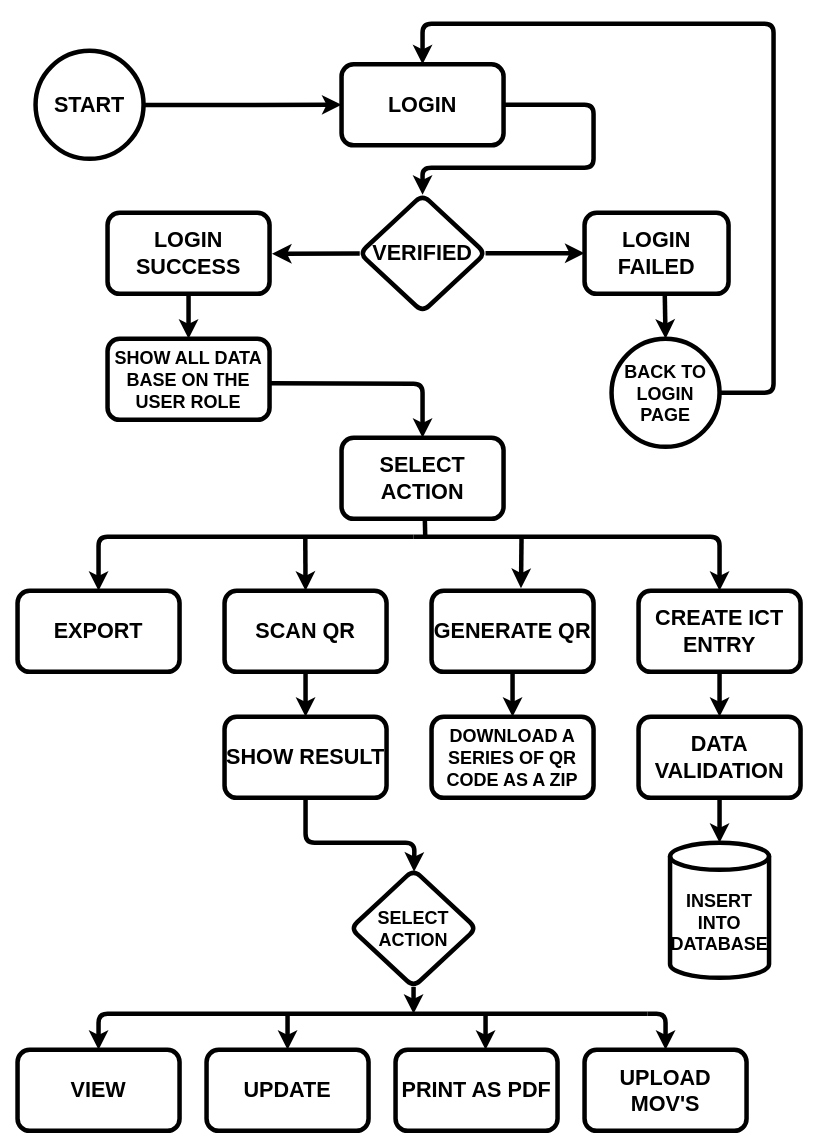
MrSak1996/denr_inv keeps this draw.io diagram as src/assets/images/process.drawio. Above is the earlier version. Source tidied: cells renumbered, new cells numbered last; positions are measured from the earlier drawing's top-left corner, leaving out a move shared by most shapes. Both pictures are drawn from the tidied source at 90%, with x=0, y=0 at pixel (17, 23).
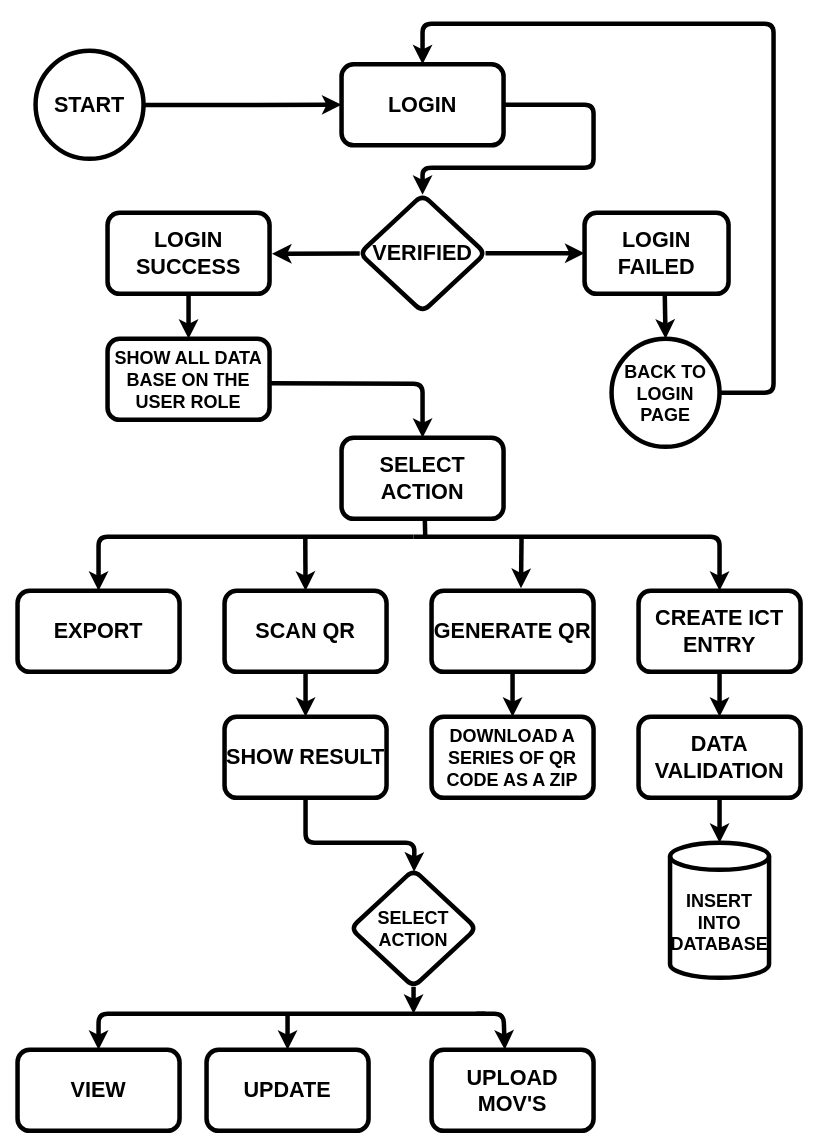
The same diagram, later.

Unchanged cells that the change refers to:
```xml
<mxCell id="34" value="&lt;b&gt;&lt;font style=&quot;font-size: 24px;&quot;&gt;VIEW&lt;/font&gt;&lt;/b&gt;" style="rounded=1;whiteSpace=wrap;html=1;strokeWidth=5;" parent="1" vertex="1">
  <mxGeometry y="1140" width="180" height="90" as="geometry" />
</mxCell>
```

What changed in the source:
```diff
@@
-    <mxCell id="36" value="&lt;b&gt;&lt;font style=&quot;font-size: 24px;&quot;&gt;PRINT AS PDF&lt;/font&gt;&lt;/b&gt;" style="rounded=1;whiteSpace=wrap;html=1;strokeWidth=5;" parent="1" vertex="1">
-      <mxGeometry x="420" y="1140" width="180" height="90" as="geometry" />
-    </mxCell>
     <mxCell id="37" value="&lt;b&gt;&lt;font style=&quot;font-size: 24px;&quot;&gt;UPLOAD MOV'S&lt;/font&gt;&lt;/b&gt;" style="rounded=1;whiteSpace=wrap;html=1;strokeWidth=5;" parent="1" vertex="1">
-      <mxGeometry x="630" y="1140" width="180" height="90" as="geometry" />
+      <mxGeometry x="460" y="1140" width="180" height="90" as="geometry" />
     </mxCell>
@@
     <mxCell id="41" style="edgeStyle=none;html=1;entryX=0.5;entryY=0;entryDx=0;entryDy=0;strokeWidth=5;" parent="1" edge="1" target="34">
       <mxGeometry relative="1" as="geometry">
-        <mxPoint x="700" y="1100" as="sourcePoint" />
+        <mxPoint x="520" y="1100" as="sourcePoint" />
         <Array as="points">
           <mxPoint x="90" y="1100" />
         </Array>
       </mxGeometry>
     </mxCell>
-    <mxCell id="42" style="edgeStyle=none;html=1;entryX=0.5;entryY=0;entryDx=0;entryDy=0;strokeWidth=5;" parent="1" edge="1" target="37">
-      <mxGeometry relative="1" as="geometry">
-        <mxPoint x="700" y="1100" as="sourcePoint" />
-        <Array as="points">
-          <mxPoint x="720" y="1100" />
-        </Array>
-      </mxGeometry>
-    </mxCell>
@@
-    <mxCell id="45" style="edgeStyle=none;html=1;entryX=0.5;entryY=0;entryDx=0;entryDy=0;strokeWidth=5;" parent="1" edge="1">
+    <mxCell id="45" style="edgeStyle=none;html=1;entryX=0.452;entryY=-0.002;entryDx=0;entryDy=0;strokeWidth=5;entryPerimeter=0;" parent="1" edge="1" target="37">
       <mxGeometry relative="1" as="geometry">
-        <mxPoint x="520" y="1100" as="sourcePoint" />
-        <mxPoint x="520" y="1140" as="targetPoint" />
+        <mxPoint x="510" y="1100" as="sourcePoint" />
+        <Array as="points">
+          <mxPoint x="540" y="1100" />
+        </Array>
       </mxGeometry>
     </mxCell>
```
